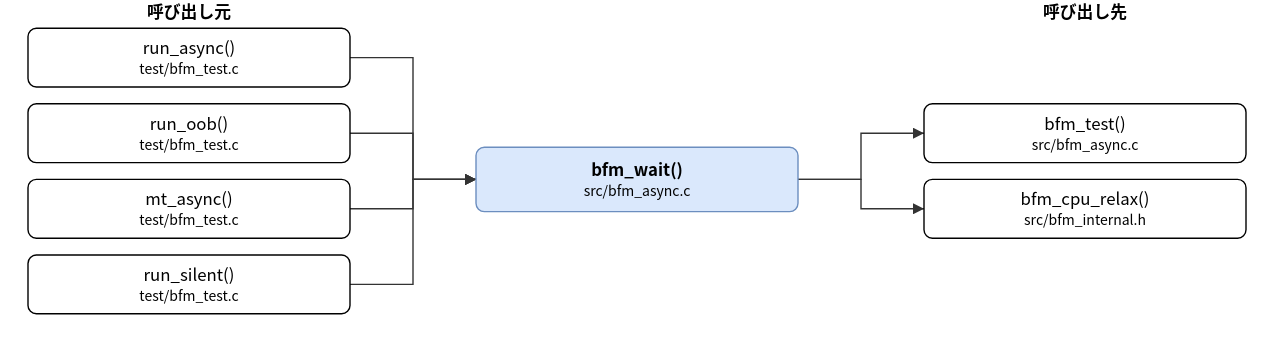
hf355051012-ai/bfmem keeps this draw.io diagram as doc/spec/images/call_src_bfm_async-bfm_wait.drawio.svg. Above is the earlier version. Source tidied: cells renumbered, new cells last; positions are measured from the earlier drawing's top-left corner, leaving out a move shared by most shapes. The source it was exported from:
```xml
<mxGraphModel>
  <root>
    <mxCell id="0" />
    <mxCell id="1" parent="0" />
    <mxCell id="2" value="bfm_wait()&lt;br&gt;&lt;font style=&quot;font-size:10px&quot;&gt;src/bfm_async.c&lt;/font&gt;" style="rounded=1;whiteSpace=wrap;html=1;fillColor=#dae8fc;strokeColor=#6c8ebf;fontStyle=1;" parent="1" vertex="1">
      <mxGeometry x="320" y="105" width="230" height="46" as="geometry" />
    </mxCell>
    <mxCell id="3" value="run_async()&lt;br&gt;&lt;font style=&quot;font-size:10px&quot;&gt;test/bfm_test.c&lt;/font&gt;" style="rounded=1;whiteSpace=wrap;html=1;" parent="1" vertex="1">
      <mxGeometry y="20" width="230" height="42" as="geometry" />
    </mxCell>
    <mxCell id="4" value="run_oob()&lt;br&gt;&lt;font style=&quot;font-size:10px&quot;&gt;test/bfm_test.c&lt;/font&gt;" style="rounded=1;whiteSpace=wrap;html=1;" parent="1" vertex="1">
      <mxGeometry y="74" width="230" height="42" as="geometry" />
    </mxCell>
    <mxCell id="5" value="mt_async()&lt;br&gt;&lt;font style=&quot;font-size:10px&quot;&gt;test/bfm_test.c&lt;/font&gt;" style="rounded=1;whiteSpace=wrap;html=1;" parent="1" vertex="1">
      <mxGeometry y="128" width="230" height="42" as="geometry" />
    </mxCell>
    <mxCell id="6" value="run_silent()&lt;br&gt;&lt;font style=&quot;font-size:10px&quot;&gt;test/bfm_test.c&lt;/font&gt;" style="rounded=1;whiteSpace=wrap;html=1;" parent="1" vertex="1">
      <mxGeometry y="182" width="230" height="42" as="geometry" />
    </mxCell>
    <mxCell id="7" value="bfm_test()&lt;br&gt;&lt;font style=&quot;font-size:10px&quot;&gt;src/bfm_async.c&lt;/font&gt;" style="rounded=1;whiteSpace=wrap;html=1;" parent="1" vertex="1">
      <mxGeometry x="640" y="74" width="230" height="42" as="geometry" />
    </mxCell>
    <mxCell id="8" value="bfm_cpu_relax()&lt;br&gt;&lt;font style=&quot;font-size:10px&quot;&gt;src/bfm_internal.h&lt;/font&gt;" style="rounded=1;whiteSpace=wrap;html=1;" parent="1" vertex="1">
      <mxGeometry x="640" y="128" width="230" height="42" as="geometry" />
    </mxCell>
    <mxCell id="9" style="edgeStyle=none;html=1;rounded=0;endArrow=block;endFill=1;exitX=1.0000;exitY=0.5000;exitDx=0;exitDy=0;exitPerimeter=0;entryX=0.0000;entryY=0.5000;entryDx=0;entryDy=0;entryPerimeter=0;" parent="1" edge="1" source="3" target="2">
      <mxGeometry relative="1" as="geometry">
        <Array as="points">
          <mxPoint x="275" y="41" />
          <mxPoint x="275" y="128" />
        </Array>
      </mxGeometry>
    </mxCell>
    <mxCell id="10" style="edgeStyle=none;html=1;rounded=0;endArrow=block;endFill=1;exitX=1.0000;exitY=0.5000;exitDx=0;exitDy=0;exitPerimeter=0;entryX=0.0000;entryY=0.5000;entryDx=0;entryDy=0;entryPerimeter=0;" parent="1" edge="1" source="4" target="2">
      <mxGeometry relative="1" as="geometry">
        <Array as="points">
          <mxPoint x="275" y="95" />
          <mxPoint x="275" y="128" />
        </Array>
      </mxGeometry>
    </mxCell>
    <mxCell id="11" style="edgeStyle=none;html=1;rounded=0;endArrow=block;endFill=1;exitX=1.0000;exitY=0.5000;exitDx=0;exitDy=0;exitPerimeter=0;entryX=0.0000;entryY=0.5000;entryDx=0;entryDy=0;entryPerimeter=0;" parent="1" edge="1" source="5" target="2">
      <mxGeometry relative="1" as="geometry">
        <Array as="points">
          <mxPoint x="275" y="149" />
          <mxPoint x="275" y="128" />
        </Array>
      </mxGeometry>
    </mxCell>
    <mxCell id="12" style="edgeStyle=none;html=1;rounded=0;endArrow=block;endFill=1;exitX=1.0000;exitY=0.5000;exitDx=0;exitDy=0;exitPerimeter=0;entryX=0.0000;entryY=0.5000;entryDx=0;entryDy=0;entryPerimeter=0;" parent="1" edge="1" source="6" target="2">
      <mxGeometry relative="1" as="geometry">
        <Array as="points">
          <mxPoint x="275" y="203" />
          <mxPoint x="275" y="128" />
        </Array>
      </mxGeometry>
    </mxCell>
    <mxCell id="13" style="edgeStyle=none;html=1;rounded=0;endArrow=block;endFill=1;exitX=1.0000;exitY=0.5000;exitDx=0;exitDy=0;exitPerimeter=0;entryX=0.0000;entryY=0.5000;entryDx=0;entryDy=0;entryPerimeter=0;" parent="1" edge="1" source="2" target="7">
      <mxGeometry relative="1" as="geometry">
        <Array as="points">
          <mxPoint x="595" y="128" />
          <mxPoint x="595" y="95" />
        </Array>
      </mxGeometry>
    </mxCell>
    <mxCell id="14" style="edgeStyle=none;html=1;rounded=0;endArrow=block;endFill=1;exitX=1.0000;exitY=0.5000;exitDx=0;exitDy=0;exitPerimeter=0;entryX=0.0000;entryY=0.5000;entryDx=0;entryDy=0;entryPerimeter=0;" parent="1" edge="1" source="2" target="8">
      <mxGeometry relative="1" as="geometry">
        <Array as="points">
          <mxPoint x="595" y="128" />
          <mxPoint x="595" y="149" />
        </Array>
      </mxGeometry>
    </mxCell>
    <mxCell id="15" value="呼び出し元" style="text;html=1;align=center;fontStyle=1;" parent="1" vertex="1">
      <mxGeometry x="35" width="160" height="18" as="geometry" />
    </mxCell>
    <mxCell id="16" value="呼び出し先" style="text;html=1;align=center;fontStyle=1;" parent="1" vertex="1">
      <mxGeometry x="675" width="160" height="18" as="geometry" />
    </mxCell>
  </root>
</mxGraphModel>
```
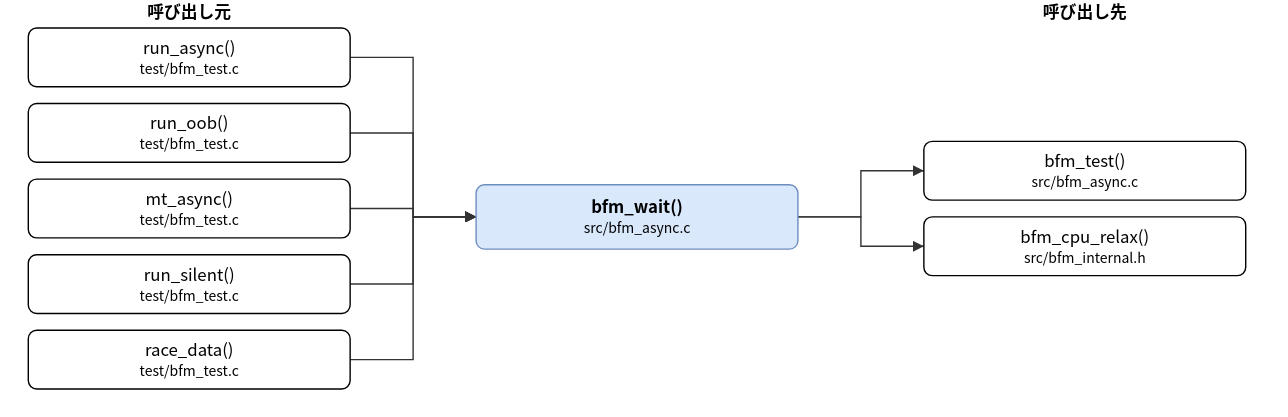
After the commit.

The edit, as a diff of the source:
```diff
@@ -3,7 +3,7 @@
     <mxCell id="0" />
     <mxCell id="1" parent="0" />
     <mxCell id="2" value="bfm_wait()&lt;br&gt;&lt;font style=&quot;font-size:10px&quot;&gt;src/bfm_async.c&lt;/font&gt;" style="rounded=1;whiteSpace=wrap;html=1;fillColor=#dae8fc;strokeColor=#6c8ebf;fontStyle=1;" parent="1" vertex="1">
-      <mxGeometry x="320" y="105" width="230" height="46" as="geometry" />
+      <mxGeometry x="320" y="132" width="230" height="46" as="geometry" />
     </mxCell>
     <mxCell id="3" value="run_async()&lt;br&gt;&lt;font style=&quot;font-size:10px&quot;&gt;test/bfm_test.c&lt;/font&gt;" style="rounded=1;whiteSpace=wrap;html=1;" parent="1" vertex="1">
       <mxGeometry y="20" width="230" height="42" as="geometry" />
@@ -17,17 +17,20 @@
     <mxCell id="6" value="run_silent()&lt;br&gt;&lt;font style=&quot;font-size:10px&quot;&gt;test/bfm_test.c&lt;/font&gt;" style="rounded=1;whiteSpace=wrap;html=1;" parent="1" vertex="1">
       <mxGeometry y="182" width="230" height="42" as="geometry" />
     </mxCell>
+    <mxCell id="17" value="race_data()&lt;br&gt;&lt;font style=&quot;font-size:10px&quot;&gt;test/bfm_test.c&lt;/font&gt;" style="rounded=1;whiteSpace=wrap;html=1;" parent="1" vertex="1">
+      <mxGeometry y="236" width="230" height="42" as="geometry" />
+    </mxCell>
     <mxCell id="7" value="bfm_test()&lt;br&gt;&lt;font style=&quot;font-size:10px&quot;&gt;src/bfm_async.c&lt;/font&gt;" style="rounded=1;whiteSpace=wrap;html=1;" parent="1" vertex="1">
-      <mxGeometry x="640" y="74" width="230" height="42" as="geometry" />
+      <mxGeometry x="640" y="101" width="230" height="42" as="geometry" />
     </mxCell>
     <mxCell id="8" value="bfm_cpu_relax()&lt;br&gt;&lt;font style=&quot;font-size:10px&quot;&gt;src/bfm_internal.h&lt;/font&gt;" style="rounded=1;whiteSpace=wrap;html=1;" parent="1" vertex="1">
-      <mxGeometry x="640" y="128" width="230" height="42" as="geometry" />
+      <mxGeometry x="640" y="155" width="230" height="42" as="geometry" />
     </mxCell>
     <mxCell id="9" style="edgeStyle=none;html=1;rounded=0;endArrow=block;endFill=1;exitX=1.0000;exitY=0.5000;exitDx=0;exitDy=0;exitPerimeter=0;entryX=0.0000;entryY=0.5000;entryDx=0;entryDy=0;entryPerimeter=0;" parent="1" edge="1" source="3" target="2">
       <mxGeometry relative="1" as="geometry">
         <Array as="points">
           <mxPoint x="275" y="41" />
-          <mxPoint x="275" y="128" />
+          <mxPoint x="275" y="155" />
         </Array>
       </mxGeometry>
     </mxCell>
@@ -35,7 +38,7 @@
       <mxGeometry relative="1" as="geometry">
         <Array as="points">
           <mxPoint x="275" y="95" />
-          <mxPoint x="275" y="128" />
+          <mxPoint x="275" y="155" />
         </Array>
       </mxGeometry>
     </mxCell>
@@ -43,7 +46,7 @@
       <mxGeometry relative="1" as="geometry">
         <Array as="points">
           <mxPoint x="275" y="149" />
-          <mxPoint x="275" y="128" />
+          <mxPoint x="275" y="155" />
         </Array>
       </mxGeometry>
     </mxCell>
@@ -51,26 +54,34 @@
       <mxGeometry relative="1" as="geometry">
         <Array as="points">
           <mxPoint x="275" y="203" />
-          <mxPoint x="275" y="128" />
+          <mxPoint x="275" y="155" />
         </Array>
       </mxGeometry>
     </mxCell>
-    <mxCell id="13" style="edgeStyle=none;html=1;rounded=0;endArrow=block;endFill=1;exitX=1.0000;exitY=0.5000;exitDx=0;exitDy=0;exitPerimeter=0;entryX=0.0000;entryY=0.5000;entryDx=0;entryDy=0;entryPerimeter=0;" parent="1" edge="1" source="2" target="7">
+    <mxCell id="13" style="edgeStyle=none;html=1;rounded=0;endArrow=block;endFill=1;exitX=1.0000;exitY=0.5000;exitDx=0;exitDy=0;exitPerimeter=0;entryX=0.0000;entryY=0.5000;entryDx=0;entryDy=0;entryPerimeter=0;" parent="1" edge="1" source="17" target="2">
       <mxGeometry relative="1" as="geometry">
         <Array as="points">
-          <mxPoint x="595" y="128" />
-          <mxPoint x="595" y="95" />
+          <mxPoint x="275" y="257" />
+          <mxPoint x="275" y="155" />
         </Array>
       </mxGeometry>
     </mxCell>
-    <mxCell id="14" style="edgeStyle=none;html=1;rounded=0;endArrow=block;endFill=1;exitX=1.0000;exitY=0.5000;exitDx=0;exitDy=0;exitPerimeter=0;entryX=0.0000;entryY=0.5000;entryDx=0;entryDy=0;entryPerimeter=0;" parent="1" edge="1" source="2" target="8">
+    <mxCell id="14" style="edgeStyle=none;html=1;rounded=0;endArrow=block;endFill=1;exitX=1.0000;exitY=0.5000;exitDx=0;exitDy=0;exitPerimeter=0;entryX=0.0000;entryY=0.5000;entryDx=0;entryDy=0;entryPerimeter=0;" parent="1" edge="1" source="2" target="7">
       <mxGeometry relative="1" as="geometry">
         <Array as="points">
-          <mxPoint x="595" y="128" />
-          <mxPoint x="595" y="149" />
+          <mxPoint x="595" y="155" />
+          <mxPoint x="595" y="122" />
         </Array>
       </mxGeometry>
     </mxCell>
+    <mxCell id="18" style="edgeStyle=none;html=1;rounded=0;endArrow=block;endFill=1;exitX=1.0000;exitY=0.5000;exitDx=0;exitDy=0;exitPerimeter=0;entryX=0.0000;entryY=0.5000;entryDx=0;entryDy=0;entryPerimeter=0;" parent="1" edge="1" source="2" target="8">
+      <mxGeometry relative="1" as="geometry">
+        <Array as="points">
+          <mxPoint x="595" y="155" />
+          <mxPoint x="595" y="176" />
+        </Array>
+      </mxGeometry>
+    </mxCell>
     <mxCell id="15" value="呼び出し元" style="text;html=1;align=center;fontStyle=1;" parent="1" vertex="1">
       <mxGeometry x="35" width="160" height="18" as="geometry" />
     </mxCell>
```
